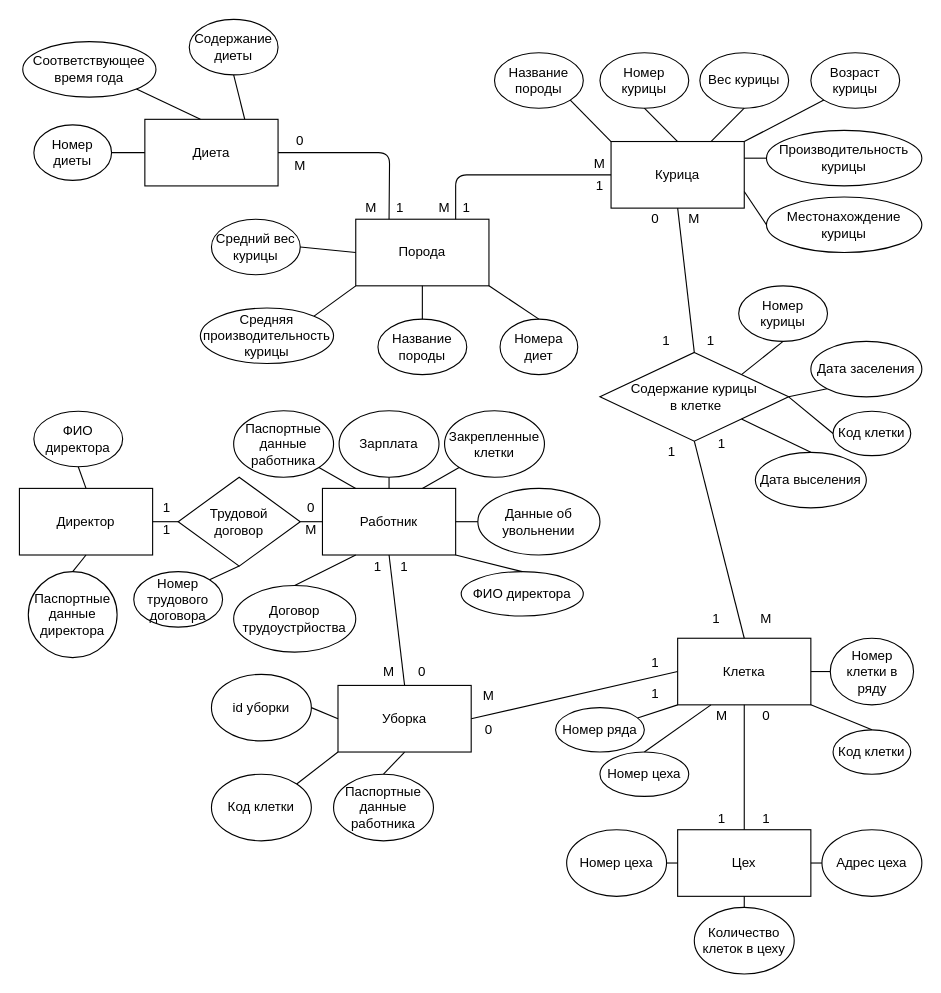
The draw.io diagram students/y2334/Iskhakov_German/lab2/lab2.drawio in TonikX/ITMO_FSPO_DataBases_2020-2021, before the edit. Source tidied: cells renumbered, new cells numbered last; positions are measured from the earlier drawing's top-left corner, leaving out a move shared by most shapes. Both pictures are drawn from the tidied source at 111%, with x=0, y=0 at pixel (19, 19).
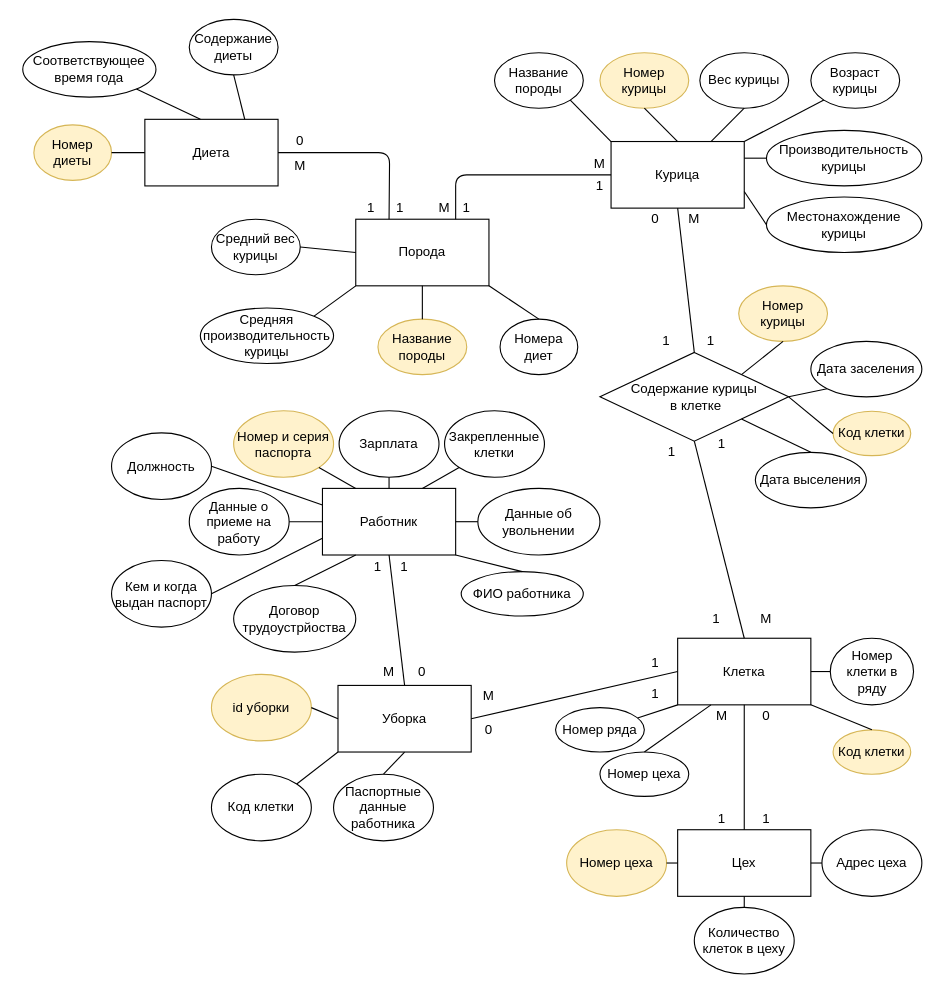
After the change.

The change refers to these unchanged cells:
```xml
<mxCell id="30" value="Работник" style="rounded=0;whiteSpace=wrap;html=1;" parent="1" vertex="1">
  <mxGeometry x="273" y="422.5" width="120" height="60" as="geometry" />
</mxCell>
```

What changed in the source:
```diff
@@
-    <mxCell id="3" value="Номер диеты" style="ellipse;whiteSpace=wrap;html=1;" parent="1" vertex="1">
+    <mxCell id="3" value="Номер диеты" style="ellipse;whiteSpace=wrap;html=1;fillColor=#fff2cc;strokeColor=#d6b656;" parent="1" vertex="1">
       <mxGeometry x="13" y="95" width="70" height="50" as="geometry" />
     </mxCell>
@@
-    <mxCell id="10" value="Название породы" style="ellipse;whiteSpace=wrap;html=1;" parent="1" vertex="1">
+    <mxCell id="10" value="Название породы" style="ellipse;whiteSpace=wrap;html=1;fillColor=#fff2cc;strokeColor=#d6b656;" parent="1" vertex="1">
       <mxGeometry x="323" y="270" width="80" height="50" as="geometry" />
     </mxCell>
@@
-    <mxCell id="17" value="Номер курицы" style="ellipse;whiteSpace=wrap;html=1;" parent="1" vertex="1">
+    <mxCell id="17" value="Номер курицы" style="ellipse;whiteSpace=wrap;html=1;fillColor=#fff2cc;strokeColor=#d6b656;" parent="1" vertex="1">
       <mxGeometry x="523" y="30" width="80" height="50" as="geometry" />
     </mxCell>
@@
-    <mxCell id="27" value="Директор" style="rounded=0;whiteSpace=wrap;html=1;" parent="1" vertex="1">
-      <mxGeometry y="422.5" width="120" height="60" as="geometry" />
-    </mxCell>
-    <mxCell id="28" value="ФИО директора" style="ellipse;whiteSpace=wrap;html=1;" parent="1" vertex="1">
-      <mxGeometry x="13" y="353" width="80" height="50" as="geometry" />
-    </mxCell>
-    <mxCell id="29" style="endArrow=none;html=1;exitX=0.5;exitY=0;exitDx=0;exitDy=0;entryX=0.5;entryY=1;entryDx=0;entryDy=0;" parent="1" edge="1" source="27" target="28">
-      <mxGeometry relative="1" as="geometry" />
-    </mxCell>
@@
-    <mxCell id="31" value="Паспортные данные работника" style="ellipse;whiteSpace=wrap;html=1;" parent="1" vertex="1">
+    <mxCell id="31" value="Номер и серия паспорта" style="ellipse;whiteSpace=wrap;html=1;fillColor=#fff2cc;strokeColor=#d6b656;" parent="1" vertex="1">
       <mxGeometry x="193" y="352.5" width="90" height="60" as="geometry" />
     </mxCell>
@@
-    <mxCell id="42" value="Код клетки" style="ellipse;whiteSpace=wrap;html=1;" parent="1" vertex="1">
+    <mxCell id="42" value="Код клетки" style="ellipse;whiteSpace=wrap;html=1;fillColor=#fff2cc;strokeColor=#d6b656;" parent="1" vertex="1">
       <mxGeometry x="733" y="640" width="70" height="40" as="geometry" />
     </mxCell>
@@
-    <mxCell id="51" value="М" style="text;html=1;strokeColor=none;fillColor=none;align=center;verticalAlign=middle;whiteSpace=wrap;rounded=0;" parent="1" vertex="1">
+    <mxCell id="51" value="1" style="text;html=1;strokeColor=none;fillColor=none;align=center;verticalAlign=middle;whiteSpace=wrap;rounded=0;" parent="1" vertex="1">
       <mxGeometry x="297" y="160" width="40" height="20" as="geometry" />
     </mxCell>
@@
-    <mxCell id="60" value="1" style="text;html=1;strokeColor=none;fillColor=none;align=center;verticalAlign=middle;whiteSpace=wrap;rounded=0;" parent="1" vertex="1">
-      <mxGeometry x="113" y="430" width="40" height="20" as="geometry" />
-    </mxCell>
-    <mxCell id="61" value="0" style="text;html=1;strokeColor=none;fillColor=none;align=center;verticalAlign=middle;whiteSpace=wrap;rounded=0;" parent="1" vertex="1">
-      <mxGeometry x="243" y="430" width="40" height="20" as="geometry" />
-    </mxCell>
-    <mxCell id="62" value="М" style="text;html=1;strokeColor=none;fillColor=none;align=center;verticalAlign=middle;whiteSpace=wrap;rounded=0;" parent="1" vertex="1">
-      <mxGeometry x="243" y="450" width="40" height="20" as="geometry" />
-    </mxCell>
-    <mxCell id="63" value="1" style="text;html=1;strokeColor=none;fillColor=none;align=center;verticalAlign=middle;whiteSpace=wrap;rounded=0;" parent="1" vertex="1">
-      <mxGeometry x="113" y="450" width="40" height="20" as="geometry" />
-    </mxCell>
@@
-    <mxCell id="77" value="ФИО директора" style="ellipse;whiteSpace=wrap;html=1;" parent="1" vertex="1">
+    <mxCell id="77" value="ФИО работника" style="ellipse;whiteSpace=wrap;html=1;" parent="1" vertex="1">
       <mxGeometry x="398" y="497.5" width="110" height="40" as="geometry" />
     </mxCell>
@@
-    <mxCell id="83" value="Номер курицы" style="ellipse;whiteSpace=wrap;html=1;" parent="1" vertex="1">
+    <mxCell id="83" value="Номер курицы" style="ellipse;whiteSpace=wrap;html=1;fillColor=#fff2cc;strokeColor=#d6b656;" parent="1" vertex="1">
       <mxGeometry x="648" y="240" width="80" height="50" as="geometry" />
     </mxCell>
-    <mxCell id="84" value="Код клетки" style="ellipse;whiteSpace=wrap;html=1;" parent="1" vertex="1">
+    <mxCell id="84" value="Код клетки" style="ellipse;whiteSpace=wrap;html=1;fillColor=#fff2cc;strokeColor=#d6b656;" parent="1" vertex="1">
       <mxGeometry x="733" y="353" width="70" height="40" as="geometry" />
     </mxCell>
@@
-    <mxCell id="87" style="endArrow=none;html=1;exitX=1;exitY=0.5;exitDx=0;exitDy=0;entryX=0;entryY=0.5;entryDx=0;entryDy=0;" parent="1" edge="1" source="27">
-      <mxGeometry relative="1" as="geometry">
-        <mxPoint x="143" y="452.5" as="targetPoint" />
-      </mxGeometry>
-    </mxCell>
-    <mxCell id="88" style="endArrow=none;html=1;exitX=1;exitY=0.5;exitDx=0;exitDy=0;entryX=0;entryY=0.5;entryDx=0;entryDy=0;" parent="1" edge="1" target="30">
-      <mxGeometry relative="1" as="geometry">
-        <mxPoint x="253" y="452.5" as="sourcePoint" />
-      </mxGeometry>
-    </mxCell>
-    <mxCell id="89" value="Номер трудового договора" style="ellipse;whiteSpace=wrap;html=1;" parent="1" vertex="1">
-      <mxGeometry x="103" y="497.5" width="80" height="50" as="geometry" />
-    </mxCell>
-    <mxCell id="90" style="endArrow=none;html=1;entryX=0.5;entryY=1;entryDx=0;entryDy=0;exitX=1;exitY=0;exitDx=0;exitDy=0;" parent="1" edge="1" source="89" target="124">
-      <mxGeometry relative="1" as="geometry" />
-    </mxCell>
@@
-    <mxCell id="95" value="id уборки" style="ellipse;whiteSpace=wrap;html=1;" parent="1" vertex="1">
+    <mxCell id="95" value="id уборки" style="ellipse;whiteSpace=wrap;html=1;fillColor=#fff2cc;strokeColor=#d6b656;" parent="1" vertex="1">
       <mxGeometry x="173" y="590" width="90" height="60" as="geometry" />
     </mxCell>
@@
-    <mxCell id="102" value="Паспортные данные директора" style="ellipse;whiteSpace=wrap;html=1;" parent="1" vertex="1">
-      <mxGeometry x="8" y="497.5" width="80" height="77.5" as="geometry" />
-    </mxCell>
-    <mxCell id="103" style="endArrow=none;html=1;exitX=0.5;exitY=0;exitDx=0;exitDy=0;entryX=0.5;entryY=1;entryDx=0;entryDy=0;" parent="1" edge="1" source="102" target="27">
-      <mxGeometry relative="1" as="geometry" />
-    </mxCell>
@@
-    <mxCell id="105" value="Номер цеха" style="ellipse;whiteSpace=wrap;html=1;" parent="1" vertex="1">
+    <mxCell id="105" value="Номер цеха" style="ellipse;whiteSpace=wrap;html=1;fillColor=#fff2cc;strokeColor=#d6b656;" parent="1" vertex="1">
       <mxGeometry x="493" y="730" width="90" height="60" as="geometry" />
     </mxCell>
@@
-    <mxCell id="124" value="Трудовой&lt;br&gt;договор" style="rhombus;whiteSpace=wrap;html=1;" parent="1" vertex="1">
-      <mxGeometry x="143" y="412.5" width="110" height="80" as="geometry" />
-    </mxCell>
+    <mxCell id="125" value="Должность" style="ellipse;whiteSpace=wrap;html=1;" parent="1" vertex="1">
+      <mxGeometry x="83" y="372.5" width="90" height="60" as="geometry" />
+    </mxCell>
+    <mxCell id="126" value="Кем и когда выдан паспорт" style="ellipse;whiteSpace=wrap;html=1;" parent="1" vertex="1">
+      <mxGeometry x="83" y="487.5" width="90" height="60" as="geometry" />
+    </mxCell>
+    <mxCell id="127" value="Данные о приеме на работу" style="ellipse;whiteSpace=wrap;html=1;" parent="1" vertex="1">
+      <mxGeometry x="153" y="422.5" width="90" height="60" as="geometry" />
+    </mxCell>
+    <mxCell id="128" style="endArrow=none;html=1;exitX=1;exitY=0.5;exitDx=0;exitDy=0;entryX=0;entryY=0.25;entryDx=0;entryDy=0;" parent="1" edge="1" source="125" target="30">
+      <mxGeometry relative="1" as="geometry" />
+    </mxCell>
+    <mxCell id="129" style="endArrow=none;html=1;exitX=1;exitY=0.5;exitDx=0;exitDy=0;entryX=0;entryY=0.75;entryDx=0;entryDy=0;" parent="1" edge="1" source="126" target="30">
+      <mxGeometry relative="1" as="geometry" />
+    </mxCell>
+    <mxCell id="130" style="endArrow=none;html=1;exitX=1;exitY=0.5;exitDx=0;exitDy=0;entryX=0;entryY=0.5;entryDx=0;entryDy=0;" parent="1" edge="1" source="127" target="30">
+      <mxGeometry relative="1" as="geometry" />
+    </mxCell>
```
